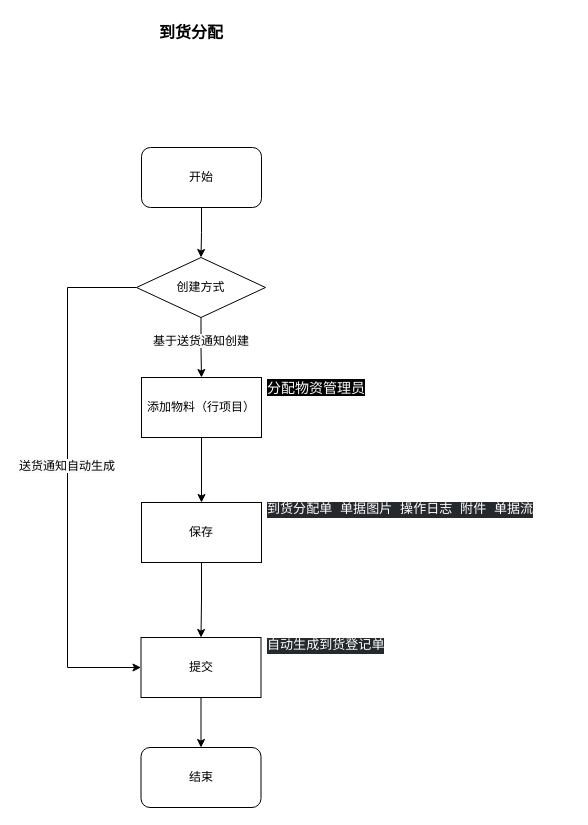
Above: page "到货分配" (3 of 4) of COOEC/WMS/WMS-送货管理.drawio in GodTaoz/drawio (draw.io), before the change. Source tidied: cells renumbered, new cells numbered last; positions are measured from the earlier drawing's top-left corner, leaving out a move shared by most shapes. Both pictures are drawn from the tidied source at 100%, with x=0, y=0 at pixel (17, 17).
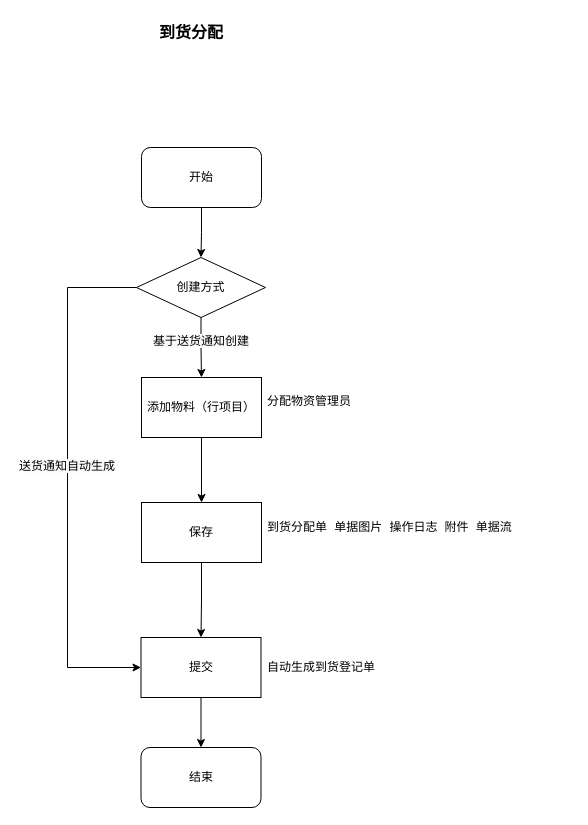
The same page after the edit.

The edit, as a diff of the source:
```diff
@@
-    <mxCell id="13" value="&lt;div style=&quot;background-color: rgb(36, 41, 46); font-family: 宋体, monospace; font-size: 9.8pt;&quot;&gt;&lt;pre style=&quot;&quot;&gt;&lt;font color=&quot;#ffffff&quot;&gt;到货分配单 单据图片 操作日志 附件 单据流&lt;/font&gt;&lt;/pre&gt;&lt;/div&gt;" style="text;whiteSpace=wrap;html=1;" parent="1" vertex="1">
-      <mxGeometry x="248" y="465" width="306" height="65" as="geometry" />
+    <mxCell id="13" value="&lt;div style=&quot;&quot;&gt;&lt;pre style=&quot;&quot;&gt;到货分配单 单据图片 操作日志 附件 单据流&lt;/pre&gt;&lt;/div&gt;" style="text;whiteSpace=wrap;html=1;" parent="1" vertex="1">
+      <mxGeometry x="248" y="485" width="306" height="65" as="geometry" />
     </mxCell>
@@
-    <mxCell id="17" value="&lt;div style=&quot;background-color: rgb(36, 41, 46); font-family: 宋体, monospace; font-size: 9.8pt;&quot;&gt;&lt;pre style=&quot;&quot;&gt;&lt;font color=&quot;#ffffff&quot;&gt;自动生成到货登记单&lt;/font&gt;&lt;/pre&gt;&lt;/div&gt;" style="text;whiteSpace=wrap;html=1;" parent="1" vertex="1">
-      <mxGeometry x="248" y="601" width="140" height="50" as="geometry" />
+    <mxCell id="17" value="&lt;div style=&quot;&quot;&gt;&lt;pre style=&quot;&quot;&gt;自动生成到货登记单&lt;/pre&gt;&lt;/div&gt;" style="text;whiteSpace=wrap;html=1;" parent="1" vertex="1">
+      <mxGeometry x="248" y="625" width="140" height="50" as="geometry" />
     </mxCell>
@@
-    <mxCell id="19" value="&lt;span style=&quot;font-family: -apple-system, BlinkMacSystemFont, &amp;quot;Segoe UI&amp;quot;, &amp;quot;PingFang SC&amp;quot;, &amp;quot;Hiragino Sans GB&amp;quot;, &amp;quot;Microsoft YaHei&amp;quot;, &amp;quot;Helvetica Neue&amp;quot;, Helvetica, Arial, sans-serif, &amp;quot;Apple Color Emoji&amp;quot;, &amp;quot;Segoe UI Emoji&amp;quot;, &amp;quot;Segoe UI Symbol&amp;quot;; font-size: 14px; font-style: normal; font-variant-ligatures: normal; font-variant-caps: normal; font-weight: 400; letter-spacing: normal; orphans: 2; text-align: left; text-indent: 0px; text-transform: none; widows: 2; word-spacing: 0px; -webkit-text-stroke-width: 0px; text-decoration-thickness: initial; text-decoration-style: initial; text-decoration-color: initial; float: none; display: inline !important; background-color: rgb(0, 0, 0);&quot;&gt;&lt;font style=&quot;&quot; color=&quot;#ffffff&quot;&gt;分配物资管理员&lt;/font&gt;&lt;/span&gt;" style="text;whiteSpace=wrap;html=1;" parent="1" vertex="1">
-      <mxGeometry x="248" y="356" width="100" height="40" as="geometry" />
+    <mxCell id="19" value="&lt;span style=&quot;orphans: 2; text-align: left; text-indent: 0px; widows: 2; text-decoration-thickness: initial; text-decoration-style: initial; text-decoration-color: initial; float: none; display: inline !important;&quot;&gt;分配物资管理员&lt;/span&gt;" style="text;whiteSpace=wrap;html=1;" parent="1" vertex="1">
+      <mxGeometry x="248" y="370" width="100" height="40" as="geometry" />
     </mxCell>
```
